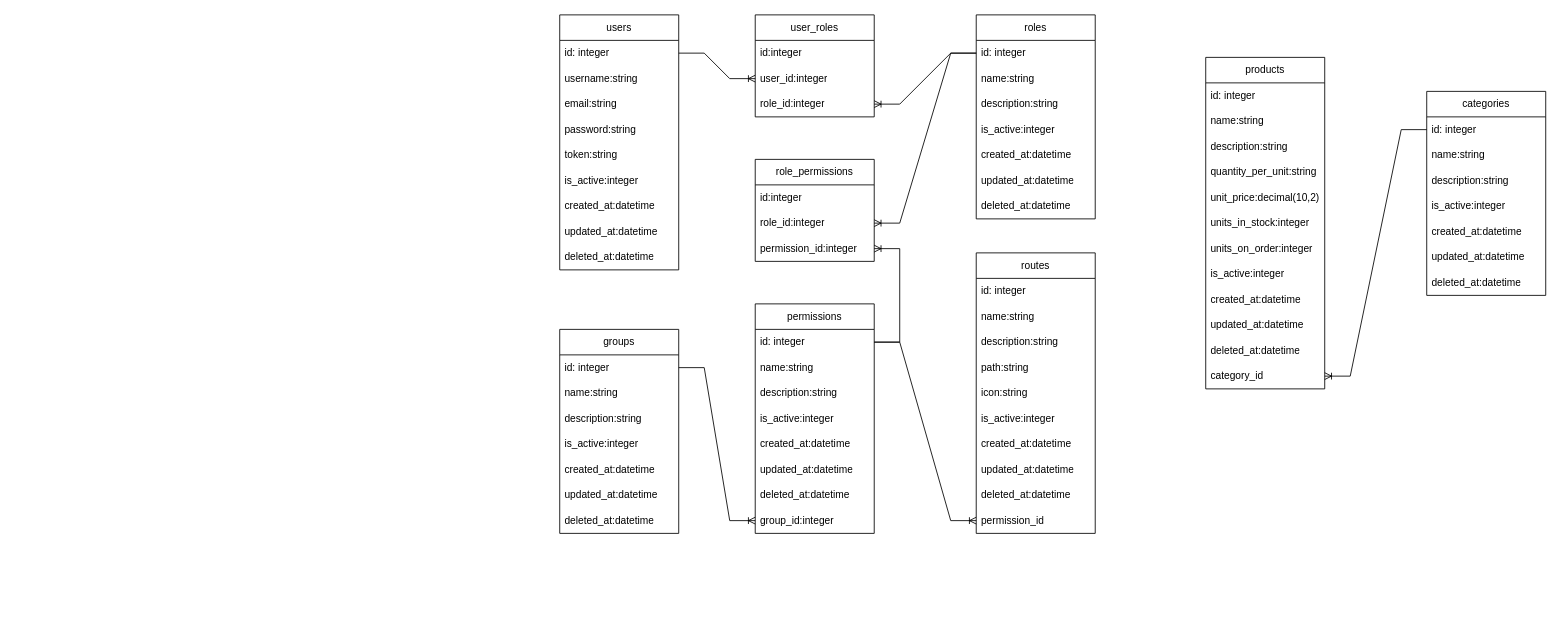
Before: nodejs2025.drawio in kendalalfonso37/nodejs2025, a draw.io diagram. Source tidied: cells renumbered, new cells numbered last; positions are measured from the earlier drawing's top-left corner, leaving out a move shared by most shapes. Both pictures are drawn from the tidied source at 85%, with x=0, y=0 at pixel (559, 14).
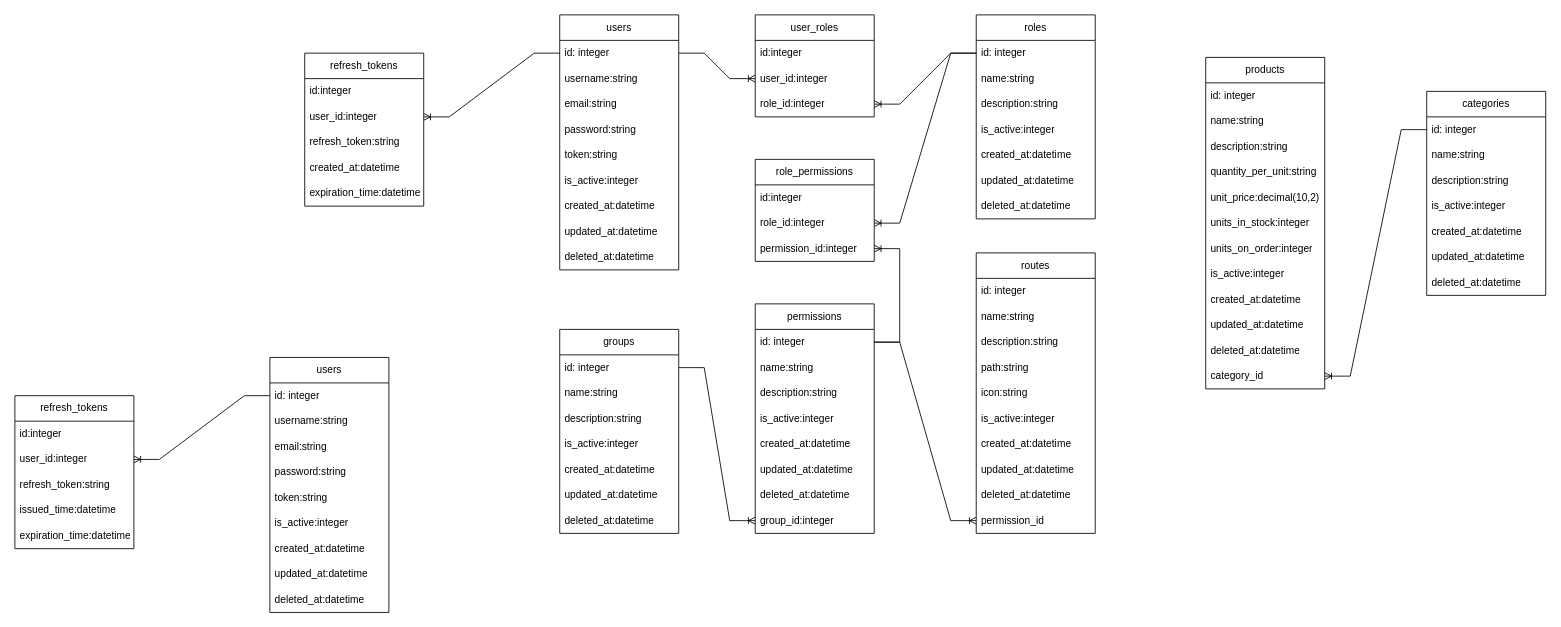
After the change.

The change refers to these unchanged cells:
```xml
<mxCell id="3" value="id: integer" style="text;strokeColor=none;fillColor=none;align=left;verticalAlign=middle;spacingLeft=4;spacingRight=4;overflow=hidden;points=[[0,0.5],[1,0.5]];portConstraint=eastwest;whiteSpace=wrap;html=1;" parent="2" vertex="1">
  <mxGeometry y="30" width="140" height="30" as="geometry" />
</mxCell>
```

What changed in the source:
```diff
@@
+    <mxCell id="84" value="refresh_tokens" style="swimlane;fontStyle=0;horizontal=1;startSize=30;whiteSpace=wrap;html=1;" parent="1" vertex="1">
+      <mxGeometry x="-300" y="45" width="140" height="180" as="geometry" />
+    </mxCell>
+    <mxCell id="85" value="id:integer" style="text;strokeColor=none;fillColor=none;align=left;verticalAlign=middle;spacingLeft=4;spacingRight=4;overflow=hidden;whiteSpace=wrap;html=1;" parent="84" vertex="1">
+      <mxGeometry y="30" width="140" height="30" as="geometry" />
+    </mxCell>
+    <mxCell id="86" value="user_id:intege&lt;span style=&quot;background-color: transparent; color: light-dark(rgb(0, 0, 0), rgb(255, 255, 255));&quot;&gt;r&lt;/span&gt;" style="text;strokeColor=none;fillColor=none;align=left;verticalAlign=middle;spacingLeft=4;spacingRight=4;overflow=hidden;points=[[0,0.5],[1,0.5]];portConstraint=eastwest;whiteSpace=wrap;html=1;" parent="84" vertex="1">
+      <mxGeometry y="60" width="140" height="30" as="geometry" />
+    </mxCell>
+    <mxCell id="87" value="refresh_token:string" style="text;strokeColor=none;fillColor=none;align=left;verticalAlign=middle;spacingLeft=4;spacingRight=4;overflow=hidden;whiteSpace=wrap;html=1;" parent="84" vertex="1">
+      <mxGeometry y="90" width="140" height="30" as="geometry" />
+    </mxCell>
+    <mxCell id="88" value="created_at:datetime" style="text;strokeColor=none;fillColor=none;align=left;verticalAlign=middle;spacingLeft=4;spacingRight=4;overflow=hidden;whiteSpace=wrap;html=1;" parent="84" vertex="1">
+      <mxGeometry y="120" width="140" height="30" as="geometry" />
+    </mxCell>
+    <mxCell id="89" value="expiration_time:datetime" style="text;strokeColor=none;fillColor=none;align=left;verticalAlign=middle;spacingLeft=4;spacingRight=4;overflow=hidden;whiteSpace=wrap;html=1;" parent="84" vertex="1">
+      <mxGeometry y="150" width="140" height="30" as="geometry" />
+    </mxCell>
+    <mxCell id="90" style="edgeStyle=entityRelationEdgeStyle;fontSize=12;html=1;endArrow=ERoneToMany;rounded=0;" parent="1" edge="1" source="3" target="86">
+      <mxGeometry relative="1" as="geometry" />
+    </mxCell>
+    <mxCell id="91" value="users" style="swimlane;fontStyle=0;horizontal=1;startSize=30;whiteSpace=wrap;html=1;" parent="1" vertex="1">
+      <mxGeometry x="-341" y="403" width="140" height="300" as="geometry" />
+    </mxCell>
+    <mxCell id="92" value="id: integer" style="text;strokeColor=none;fillColor=none;align=left;verticalAlign=middle;spacingLeft=4;spacingRight=4;overflow=hidden;points=[[0,0.5],[1,0.5]];portConstraint=eastwest;whiteSpace=wrap;html=1;" parent="91" vertex="1">
+      <mxGeometry y="30" width="140" height="30" as="geometry" />
+    </mxCell>
+    <mxCell id="93" value="username:string" style="text;strokeColor=none;fillColor=none;align=left;verticalAlign=middle;spacingLeft=4;spacingRight=4;overflow=hidden;whiteSpace=wrap;html=1;" parent="91" vertex="1">
+      <mxGeometry y="60" width="140" height="30" as="geometry" />
+    </mxCell>
+    <mxCell id="94" value="email:string" style="text;strokeColor=none;fillColor=none;align=left;verticalAlign=middle;spacingLeft=4;spacingRight=4;overflow=hidden;whiteSpace=wrap;html=1;" parent="91" vertex="1">
+      <mxGeometry y="90" width="140" height="30" as="geometry" />
+    </mxCell>
+    <mxCell id="95" value="password:string" style="text;strokeColor=none;fillColor=none;align=left;verticalAlign=middle;spacingLeft=4;spacingRight=4;overflow=hidden;whiteSpace=wrap;html=1;" parent="91" vertex="1">
+      <mxGeometry y="120" width="140" height="30" as="geometry" />
+    </mxCell>
+    <mxCell id="96" value="token:string" style="text;strokeColor=none;fillColor=none;align=left;verticalAlign=middle;spacingLeft=4;spacingRight=4;overflow=hidden;whiteSpace=wrap;html=1;" parent="91" vertex="1">
+      <mxGeometry y="150" width="140" height="30" as="geometry" />
+    </mxCell>
+    <mxCell id="97" value="is_active:integer" style="text;strokeColor=none;fillColor=none;align=left;verticalAlign=middle;spacingLeft=4;spacingRight=4;overflow=hidden;whiteSpace=wrap;html=1;" parent="91" vertex="1">
+      <mxGeometry y="180" width="140" height="30" as="geometry" />
+    </mxCell>
+    <mxCell id="98" value="created_at:datetime" style="text;strokeColor=none;fillColor=none;align=left;verticalAlign=middle;spacingLeft=4;spacingRight=4;overflow=hidden;whiteSpace=wrap;html=1;" parent="91" vertex="1">
+      <mxGeometry y="210" width="140" height="30" as="geometry" />
+    </mxCell>
+    <mxCell id="99" value="updated_at:datetime" style="text;strokeColor=none;fillColor=none;align=left;verticalAlign=middle;spacingLeft=4;spacingRight=4;overflow=hidden;whiteSpace=wrap;html=1;" parent="91" vertex="1">
+      <mxGeometry y="240" width="140" height="30" as="geometry" />
+    </mxCell>
+    <mxCell id="100" value="deleted_at:datetime" style="text;strokeColor=none;fillColor=none;align=left;verticalAlign=middle;spacingLeft=4;spacingRight=4;overflow=hidden;whiteSpace=wrap;html=1;" parent="91" vertex="1">
+      <mxGeometry y="270" width="140" height="30" as="geometry" />
+    </mxCell>
+    <mxCell id="101" value="refresh_tokens" style="swimlane;fontStyle=0;horizontal=1;startSize=30;whiteSpace=wrap;html=1;" parent="1" vertex="1">
+      <mxGeometry x="-641" y="448" width="140" height="180" as="geometry" />
+    </mxCell>
+    <mxCell id="102" value="id:integer" style="text;strokeColor=none;fillColor=none;align=left;verticalAlign=middle;spacingLeft=4;spacingRight=4;overflow=hidden;whiteSpace=wrap;html=1;" parent="101" vertex="1">
+      <mxGeometry y="30" width="140" height="30" as="geometry" />
+    </mxCell>
+    <mxCell id="103" value="user_id:intege&lt;span style=&quot;background-color: transparent; color: light-dark(rgb(0, 0, 0), rgb(255, 255, 255));&quot;&gt;r&lt;/span&gt;" style="text;strokeColor=none;fillColor=none;align=left;verticalAlign=middle;spacingLeft=4;spacingRight=4;overflow=hidden;points=[[0,0.5],[1,0.5]];portConstraint=eastwest;whiteSpace=wrap;html=1;" parent="101" vertex="1">
+      <mxGeometry y="60" width="140" height="30" as="geometry" />
+    </mxCell>
+    <mxCell id="104" value="refresh_token:string" style="text;strokeColor=none;fillColor=none;align=left;verticalAlign=middle;spacingLeft=4;spacingRight=4;overflow=hidden;whiteSpace=wrap;html=1;" parent="101" vertex="1">
+      <mxGeometry y="90" width="140" height="30" as="geometry" />
+    </mxCell>
+    <mxCell id="105" value="issued_time:datetime" style="text;strokeColor=none;fillColor=none;align=left;verticalAlign=middle;spacingLeft=4;spacingRight=4;overflow=hidden;whiteSpace=wrap;html=1;" parent="101" vertex="1">
+      <mxGeometry y="120" width="140" height="30" as="geometry" />
+    </mxCell>
+    <mxCell id="106" value="expiration_time:datetime" style="text;strokeColor=none;fillColor=none;align=left;verticalAlign=middle;spacingLeft=4;spacingRight=4;overflow=hidden;whiteSpace=wrap;html=1;" parent="101" vertex="1">
+      <mxGeometry y="150" width="140" height="30" as="geometry" />
+    </mxCell>
+    <mxCell id="107" style="edgeStyle=entityRelationEdgeStyle;fontSize=12;html=1;endArrow=ERoneToMany;rounded=0;" parent="1" edge="1" source="92" target="103">
+      <mxGeometry relative="1" as="geometry" />
+    </mxCell>
```
